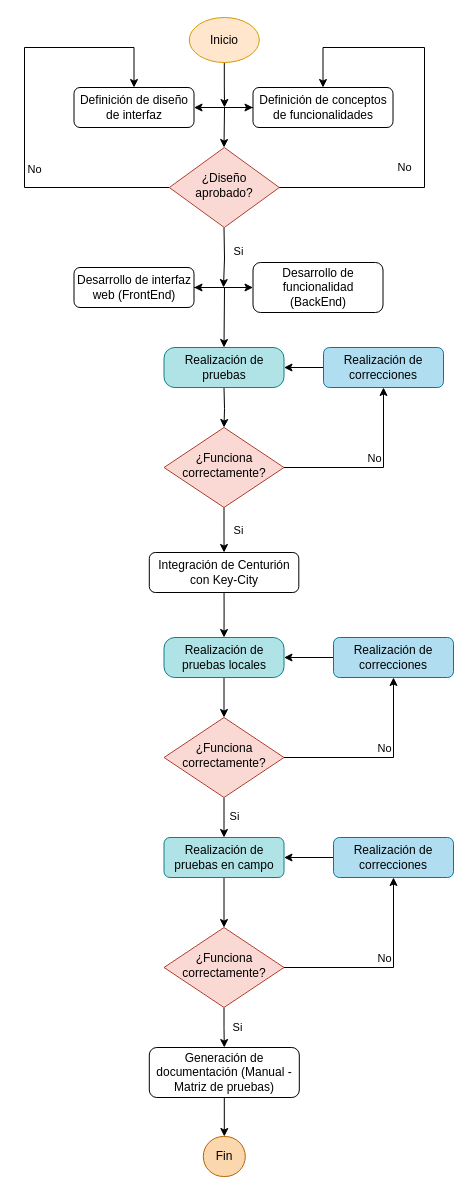
The draw.io diagram DiagramaCenturion2.drawio in ChirinosM/Prueba, before the edit. Source tidied: cells renumbered, new cells numbered last; positions are measured from the earlier drawing's top-left corner, leaving out a move shared by most shapes. Both pictures are drawn from the tidied source at 100%, with x=0, y=0 at pixel (24, 17).
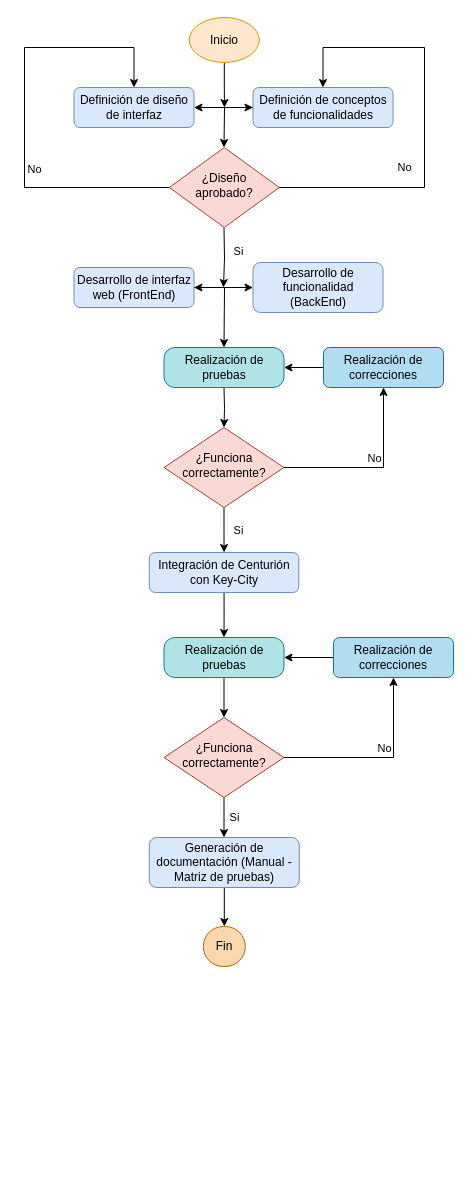
The same page after the edit.

The change refers to these unchanged cells:
```xml
<mxCell id="39" value="¿Funciona correctamente?" style="rhombus;whiteSpace=wrap;html=1;shadow=0;fontFamily=Helvetica;fontSize=12;align=center;strokeWidth=1;spacing=6;spacingTop=-4;fillColor=#fad9d5;strokeColor=#ae4132;" parent="1" vertex="1">
  <mxGeometry x="139.5" y="700" width="120" height="80" as="geometry" />
</mxCell>
```

The edit, as a diff of the source:
```diff
@@
-    <mxCell id="2" value="Definición de diseño de interfaz" style="rounded=1;whiteSpace=wrap;html=1;fontSize=12;glass=0;strokeWidth=1;shadow=0;" parent="1" vertex="1">
+    <mxCell id="2" value="Definición de diseño de interfaz" style="rounded=1;whiteSpace=wrap;html=1;fontSize=12;glass=0;strokeWidth=1;shadow=0;fillColor=#dae8fc;strokeColor=#6c8ebf;" parent="1" vertex="1">
       <mxGeometry x="49.5" y="70" width="120" height="40" as="geometry" />
     </mxCell>
@@
-    <mxCell id="10" value="Desarrollo de interfaz web (FrontEnd)" style="rounded=1;whiteSpace=wrap;html=1;fontSize=12;glass=0;strokeWidth=1;shadow=0;" parent="1" vertex="1">
+    <mxCell id="10" value="Desarrollo de interfaz web (FrontEnd)" style="rounded=1;whiteSpace=wrap;html=1;fontSize=12;glass=0;strokeWidth=1;shadow=0;fillColor=#dae8fc;strokeColor=#6c8ebf;" parent="1" vertex="1">
       <mxGeometry x="49.5" y="250" width="120" height="40" as="geometry" />
     </mxCell>
@@
-    <mxCell id="12" value="Integración de Centurión con Key-City" style="rounded=1;whiteSpace=wrap;html=1;fontSize=12;glass=0;strokeWidth=1;shadow=0;" parent="1" vertex="1">
+    <mxCell id="12" value="Integración de Centurión con Key-City" style="rounded=1;whiteSpace=wrap;html=1;fontSize=12;glass=0;strokeWidth=1;shadow=0;fillColor=#dae8fc;strokeColor=#6c8ebf;" parent="1" vertex="1">
       <mxGeometry x="124.8" y="535" width="149.5" height="40" as="geometry" />
     </mxCell>
-    <mxCell id="13" value="Desarrollo de funcionalidad (BackEnd)" style="rounded=1;whiteSpace=wrap;html=1;fontSize=12;glass=0;strokeWidth=1;shadow=0;" parent="1" vertex="1">
+    <mxCell id="13" value="Desarrollo de funcionalidad (BackEnd)" style="rounded=1;whiteSpace=wrap;html=1;fontSize=12;glass=0;strokeWidth=1;shadow=0;fillColor=#dae8fc;strokeColor=#6c8ebf;" parent="1" vertex="1">
       <mxGeometry x="228.5" y="245" width="130" height="50" as="geometry" />
     </mxCell>
@@
-    <mxCell id="15" value="Definición de conceptos de funcionalidades" style="rounded=1;whiteSpace=wrap;html=1;fontSize=12;glass=0;strokeWidth=1;shadow=0;" parent="1" vertex="1">
+    <mxCell id="15" value="Definición de conceptos de funcionalidades" style="rounded=1;whiteSpace=wrap;html=1;fontSize=12;glass=0;strokeWidth=1;shadow=0;fillColor=#dae8fc;strokeColor=#6c8ebf;" parent="1" vertex="1">
       <mxGeometry x="228.5" y="70" width="140" height="40" as="geometry" />
     </mxCell>
@@
-    <mxCell id="20" style="edgeStyle=orthogonalEdgeStyle;rounded=0;jettySize=auto;html=1;exitX=0.5;exitY=1;exitDx=0;exitDy=0;entryX=0.5;entryY=0;entryDx=0;entryDy=0;" parent="1" edge="1" source="21" target="46">
-      <mxGeometry relative="1" as="geometry" />
-    </mxCell>
-    <mxCell id="21" value="Realización de pruebas en campo" style="rounded=1;whiteSpace=wrap;html=1;fontSize=12;glass=0;strokeWidth=1;shadow=0;fillColor=#b0e3e6;strokeColor=#0e8088;" parent="1" vertex="1">
-      <mxGeometry x="139.5" y="820" width="120" height="40" as="geometry" />
-    </mxCell>
@@
-    <mxCell id="23" value="Generación de documentación (Manual - Matriz de pruebas)" style="rounded=1;whiteSpace=wrap;html=1;fontSize=12;glass=0;strokeWidth=1;shadow=0;" parent="1" vertex="1">
-      <mxGeometry x="124.8" y="1030" width="150" height="50" as="geometry" />
+    <mxCell id="23" value="Generación de documentación (Manual - Matriz de pruebas)" style="rounded=1;whiteSpace=wrap;html=1;fontSize=12;glass=0;strokeWidth=1;shadow=0;fillColor=#dae8fc;strokeColor=#6c8ebf;" parent="1" vertex="1">
+      <mxGeometry x="124.8" y="820" width="150" height="50" as="geometry" />
     </mxCell>
@@
-    <mxCell id="34" value="Realización de pruebas locales" style="rounded=1;whiteSpace=wrap;html=1;fontSize=12;glass=0;strokeWidth=1;shadow=0;fillColor=#b0e3e6;strokeColor=#0e8088;arcSize=27;" parent="1" vertex="1">
+    <mxCell id="34" value="Realización de pruebas" style="rounded=1;whiteSpace=wrap;html=1;fontSize=12;glass=0;strokeWidth=1;shadow=0;fillColor=#b0e3e6;strokeColor=#0e8088;arcSize=27;" parent="1" vertex="1">
       <mxGeometry x="139.5" y="620" width="120" height="40" as="geometry" />
     </mxCell>
@@
-    <mxCell id="37" style="edgeStyle=orthogonalEdgeStyle;rounded=0;jettySize=auto;html=1;exitX=0.5;exitY=1;exitDx=0;exitDy=0;entryX=0.5;entryY=0;entryDx=0;entryDy=0;" parent="1" edge="1" source="39" target="21">
-      <mxGeometry relative="1" as="geometry" />
+    <mxCell id="37" style="edgeStyle=orthogonalEdgeStyle;rounded=0;jettySize=auto;html=1;exitX=0.5;exitY=1;exitDx=0;exitDy=0;entryX=0.5;entryY=0;entryDx=0;entryDy=0;" parent="1" edge="1" source="39">
+      <mxGeometry relative="1" as="geometry">
+        <mxPoint x="199.5" y="820" as="targetPoint" />
+      </mxGeometry>
     </mxCell>
@@
-    <mxCell id="40" style="edgeStyle=orthogonalEdgeStyle;rounded=0;jettySize=auto;html=1;exitX=0;exitY=0.5;exitDx=0;exitDy=0;entryX=1;entryY=0.5;entryDx=0;entryDy=0;" parent="1" edge="1" source="41" target="21">
-      <mxGeometry relative="1" as="geometry" />
-    </mxCell>
-    <mxCell id="41" value="Realización de correcciones" style="rounded=1;whiteSpace=wrap;html=1;fontSize=12;glass=0;strokeWidth=1;shadow=0;fillColor=#b1ddf0;strokeColor=#10739e;" parent="1" vertex="1">
-      <mxGeometry x="309" y="820" width="120" height="40" as="geometry" />
-    </mxCell>
-    <mxCell id="42" style="edgeStyle=orthogonalEdgeStyle;rounded=0;jettySize=auto;html=1;exitX=1;exitY=0.5;exitDx=0;exitDy=0;entryX=0.5;entryY=1;entryDx=0;entryDy=0;" parent="1" edge="1" source="46" target="41">
-      <mxGeometry relative="1" as="geometry" />
-    </mxCell>
-    <mxCell id="43" value="No" style="edgeLabel;html=1;align=center;verticalAlign=middle;" parent="42" vertex="1">
-      <mxGeometry x="0.11" relative="1" as="geometry">
-        <mxPoint x="-10" y="-8" as="offset" />
-      </mxGeometry>
-    </mxCell>
-    <mxCell id="44" style="edgeStyle=orthogonalEdgeStyle;rounded=0;jettySize=auto;html=1;exitX=0.5;exitY=1;exitDx=0;exitDy=0;entryX=0.5;entryY=0;entryDx=0;entryDy=0;" parent="1" edge="1" source="46" target="23">
-      <mxGeometry relative="1" as="geometry" />
-    </mxCell>
-    <mxCell id="45" value="Si" style="edgeLabel;html=1;align=center;verticalAlign=middle;" parent="44" vertex="1">
-      <mxGeometry x="0.01" y="2" relative="1" as="geometry">
-        <mxPoint x="11" as="offset" />
-      </mxGeometry>
-    </mxCell>
-    <mxCell id="46" value="¿Funciona correctamente?" style="rhombus;whiteSpace=wrap;html=1;shadow=0;fontFamily=Helvetica;fontSize=12;align=center;strokeWidth=1;spacing=6;spacingTop=-4;fillColor=#fad9d5;strokeColor=#ae4132;" parent="1" vertex="1">
-      <mxGeometry x="139.5" y="910" width="120" height="80" as="geometry" />
-    </mxCell>
     <mxCell id="47" value="Fin" style="rounded=1;whiteSpace=wrap;html=1;fontSize=12;glass=0;strokeWidth=1;shadow=0;fillColor=#fad7ac;strokeColor=#b46504;arcSize=50;" parent="1" vertex="1">
-      <mxGeometry x="178.8" y="1119" width="42" height="40" as="geometry" />
+      <mxGeometry x="178.8" y="909" width="42" height="40" as="geometry" />
     </mxCell>
```
